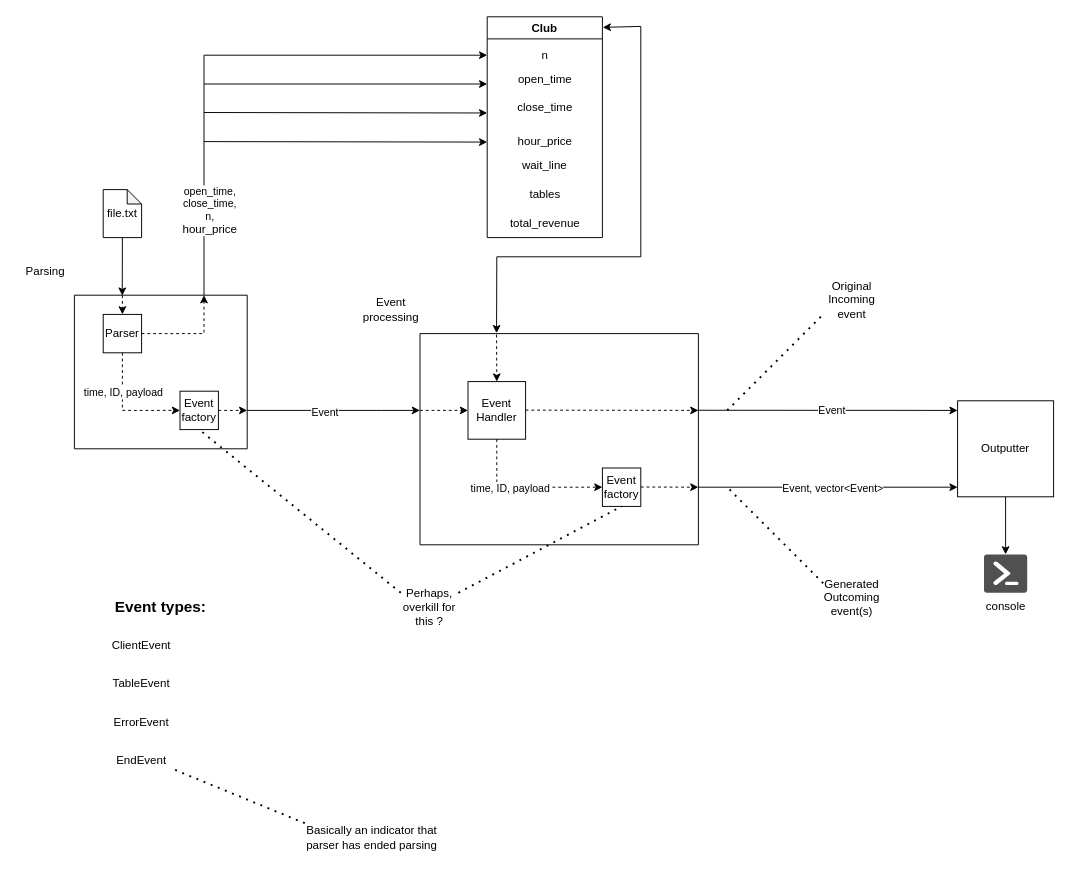
The draw.io diagram system.drawio in kargamant/computer_club, before the edit. Source tidied: cells renumbered, new cells numbered last; positions are measured from the earlier drawing's top-left corner, leaving out a move shared by most shapes. Both pictures are drawn from the tidied source at 96%, with x=0, y=0 at pixel (16, 16).
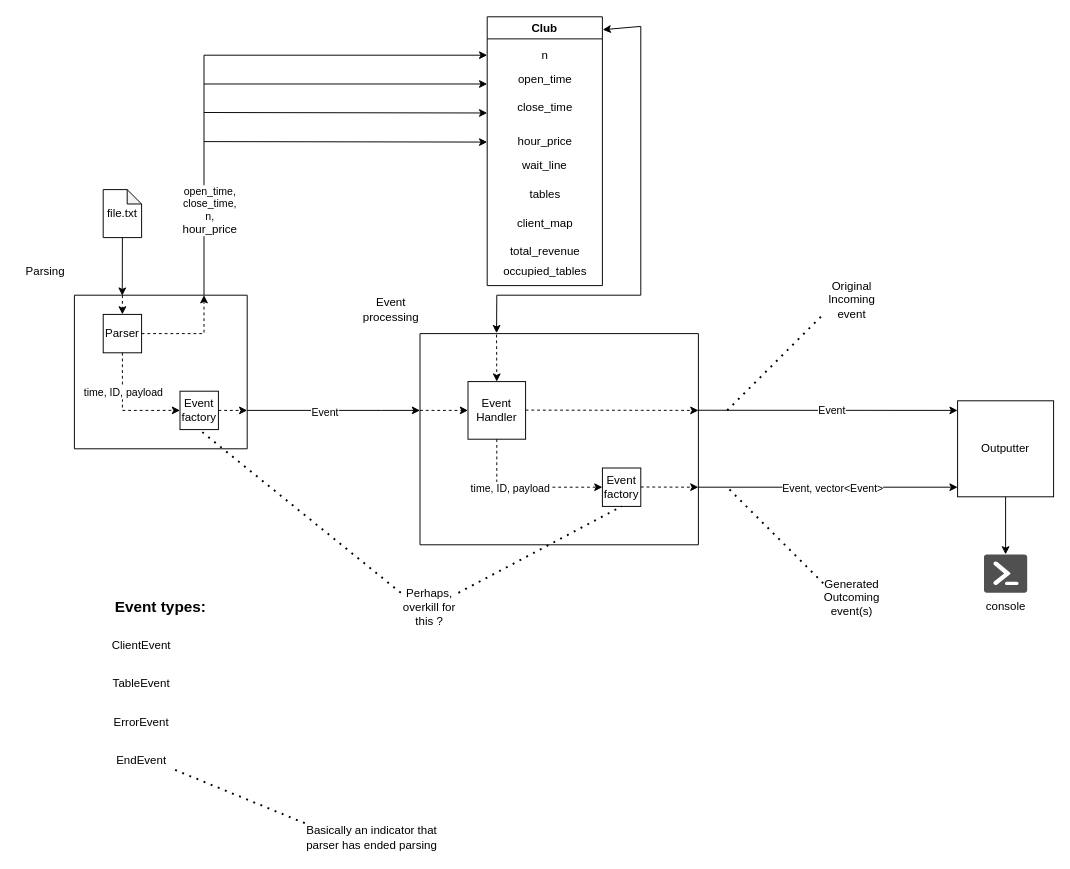
Above is the later version.

The change refers to these unchanged cells:
```xml
<mxCell id="3" style="swimlane;startSize=0;" parent="1" vertex="1">
  <mxGeometry x="420" y="330" width="290" height="220" as="geometry" />
</mxCell>
```

What changed in the source:
```diff
@@
     <mxCell id="35" value="Club" style="swimlane;whiteSpace=wrap;html=1;" parent="1" vertex="1">
-      <mxGeometry x="490" width="120" height="230" as="geometry" />
+      <mxGeometry x="490" width="120" height="280" as="geometry" />
     </mxCell>
@@
-    <mxCell id="41" value="total_revenue" style="text;html=1;align=center;verticalAlign=middle;strokeColor=none;fillColor=none;" parent="35" vertex="1">
-      <mxGeometry x="10" y="200" width="100" height="30" as="geometry" />
+    <mxCell id="41" value="client_map" style="text;html=1;align=center;verticalAlign=middle;strokeColor=none;fillColor=none;" parent="35" vertex="1">
+      <mxGeometry x="20" y="200" width="80" height="30" as="geometry" />
     </mxCell>
@@
+    <mxCell id="60" value="total_revenue" style="text;html=1;align=center;verticalAlign=middle;strokeColor=none;fillColor=none;" parent="35" vertex="1">
+      <mxGeometry x="10" y="230" width="100" height="30" as="geometry" />
+    </mxCell>
+    <mxCell id="61" value="occupied_tables" style="text;html=1;align=center;verticalAlign=middle;strokeColor=none;fillColor=none;" parent="35" vertex="1">
+      <mxGeometry x="5" y="250" width="110" height="30" as="geometry" />
+    </mxCell>
@@
     <mxCell id="47" style="endArrow=classic;html=1;rounded=0;exitX=1.003;exitY=0.048;exitDx=0;exitDy=0;exitPerimeter=0;entryX=0.275;entryY=-0.002;entryDx=0;entryDy=0;entryPerimeter=0;startArrow=classic;startFill=1;" parent="1" edge="1" source="35" target="3">
       <mxGeometry relative="1" as="geometry">
         <Array as="points">
           <mxPoint x="650" y="10" />
-          <mxPoint x="650" y="250" />
-          <mxPoint x="500" y="250" />
+          <mxPoint x="650" y="290" />
+          <mxPoint x="500" y="290" />
         </Array>
       </mxGeometry>
     </mxCell>
```
